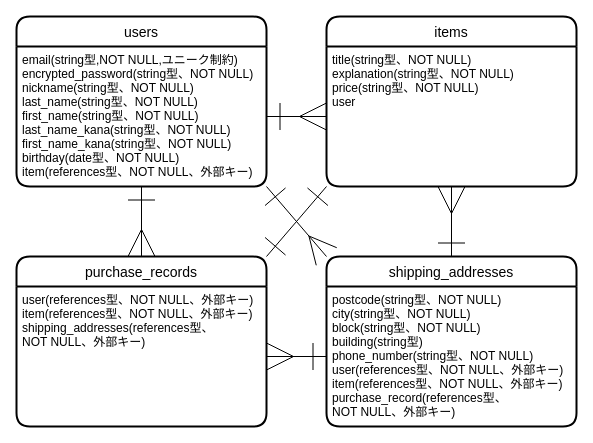
The draw.io diagram er.dio in koiazi100/furima-37982, before the edit. Source tidied: cells renumbered, new cells numbered last; positions are measured from the earlier drawing's top-left corner, leaving out a move shared by most shapes. Both pictures are drawn from the tidied source at 100%, with x=0, y=0 at pixel (16, 16).
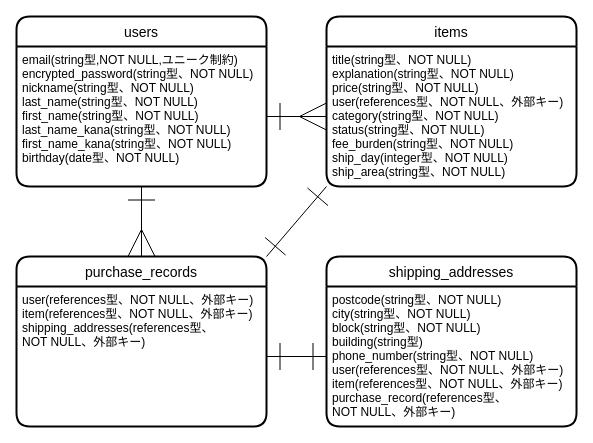
After the change.

Commit message:
READ ME修正２

The edit, as a diff of the source:
```diff
@@
 <mxGraphModel>
   <root>
     <mxCell id="0" />
     <mxCell id="1" parent="0" />
     <mxCell id="2" value="users" style="swimlane;horizontal=1;startSize=30;rounded=1;fontSize=14;fontStyle=0;strokeWidth=2;shadow=0;dashed=0;align=center;" parent="1" vertex="1">
       <mxGeometry width="250" height="170" as="geometry" />
     </mxCell>
-    <mxCell id="3" value="email(string型,NOT NULL,ユニーク制約)&#10;encrypted_password(string型、NOT NULL)&#10;nickname(string型、NOT NULL)&#10;last_name(string型、NOT NULL)&#10;first_name(string型、NOT NULL)&#10;last_name_kana(string型、NOT NULL)&#10;first_name_kana(string型、NOT NULL)&#10;birthday(date型、NOT NULL)&#10;item(references型、NOT NULL、外部キー)" style="align=left;strokeColor=none;fillColor=none;spacingLeft=4;fontSize=12;verticalAlign=top;" parent="2" vertex="1">
+    <mxCell id="3" value="email(string型,NOT NULL,ユニーク制約)&#10;encrypted_password(string型、NOT NULL)&#10;nickname(string型、NOT NULL)&#10;last_name(string型、NOT NULL)&#10;first_name(string型、NOT NULL)&#10;last_name_kana(string型、NOT NULL)&#10;first_name_kana(string型、NOT NULL)&#10;birthday(date型、NOT NULL)&#10;" style="align=left;strokeColor=none;fillColor=none;spacingLeft=4;fontSize=12;verticalAlign=top;" parent="2" vertex="1">
       <mxGeometry y="30" width="250" height="140" as="geometry" />
     </mxCell>
     <mxCell id="4" value="items" style="swimlane;horizontal=1;startSize=30;rounded=1;fontSize=14;fontStyle=0;strokeWidth=2;shadow=0;dashed=0;align=center;" parent="1" vertex="1">
       <mxGeometry x="310" width="250" height="170" as="geometry" />
     </mxCell>
-    <mxCell id="5" value="title(string型、NOT NULL)&#10;explanation(string型、NOT NULL)&#10;price(string型、NOT NULL)&#10;user" style="align=left;strokeColor=none;fillColor=none;spacingLeft=4;fontSize=12;verticalAlign=top;" parent="4" vertex="1">
+    <mxCell id="5" value="title(string型、NOT NULL)&#10;explanation(string型、NOT NULL)&#10;price(string型、NOT NULL)&#10;user(references型、NOT NULL、外部キー)&#10;category(string型、NOT NULL)&#10;status(string型、NOT NULL)&#10;fee_burden(string型、NOT NULL)&#10;ship_day(integer型、NOT NULL)&#10;ship_area(string型、NOT NULL)&#10;&#10;&#10;" style="align=left;strokeColor=none;fillColor=none;spacingLeft=4;fontSize=12;verticalAlign=top;" parent="4" vertex="1">
       <mxGeometry y="30" width="250" height="140" as="geometry" />
     </mxCell>
     <mxCell id="6" style="edgeStyle=none;html=1;entryX=0;entryY=0.5;entryDx=0;entryDy=0;endArrow=ERmany;endFill=0;endSize=25;exitX=1;exitY=0.5;exitDx=0;exitDy=0;startArrow=ERone;startFill=0;startSize=25;" parent="1" edge="1" source="3" target="5">
       <mxGeometry relative="1" as="geometry" />
     </mxCell>
-    <mxCell id="7" style="edgeStyle=none;html=1;exitX=0.5;exitY=0;exitDx=0;exitDy=0;entryX=0.5;entryY=1;entryDx=0;entryDy=0;startArrow=ERone;startFill=0;endArrow=ERmany;endFill=0;startSize=25;endSize=25;" parent="1" edge="1" source="8" target="4">
-      <mxGeometry relative="1" as="geometry" />
-    </mxCell>
     <mxCell id="8" value="shipping_addresses" style="swimlane;horizontal=1;startSize=30;rounded=1;fontSize=14;fontStyle=0;strokeWidth=2;shadow=0;dashed=0;align=center;" parent="1" vertex="1">
       <mxGeometry x="310" y="240" width="250" height="170" as="geometry" />
     </mxCell>
     <mxCell id="9" value="postcode(string型、NOT NULL)&#10;city(string型、NOT NULL)&#10;block(string型、NOT NULL)&#10;building(string型)&#10;phone_number(string型、NOT NULL)&#10;user(references型、NOT NULL、外部キー)&#10;item(references型、NOT NULL、外部キー)&#10;purchase_record(references型、&#10;NOT NULL、外部キー)" style="align=left;strokeColor=none;fillColor=none;spacingLeft=4;fontSize=12;verticalAlign=top;" parent="8" vertex="1">
       <mxGeometry y="30" width="250" height="140" as="geometry" />
     </mxCell>
     <mxCell id="10" value="purchase_records" style="swimlane;horizontal=1;startSize=30;rounded=1;fontSize=14;fontStyle=0;strokeWidth=2;shadow=0;dashed=0;align=center;" parent="1" vertex="1">
       <mxGeometry y="240" width="250" height="170" as="geometry" />
     </mxCell>
     <mxCell id="11" value="user(references型、NOT NULL、外部キー)&#10;item(references型、NOT NULL、外部キー)&#10;shipping_addresses(references型、&#10;NOT NULL、外部キー)" style="align=left;strokeColor=none;fillColor=none;spacingLeft=4;fontSize=12;verticalAlign=top;" parent="10" vertex="1">
       <mxGeometry y="30" width="250" height="140" as="geometry" />
     </mxCell>
     <mxCell id="12" style="edgeStyle=none;html=1;exitX=0.5;exitY=1;exitDx=0;exitDy=0;entryX=0.5;entryY=0;entryDx=0;entryDy=0;startArrow=ERone;startFill=0;endArrow=ERmany;endFill=0;startSize=25;endSize=25;" parent="1" edge="1" source="3" target="10">
       <mxGeometry relative="1" as="geometry" />
     </mxCell>
-    <mxCell id="13" style="edgeStyle=none;html=1;exitX=1;exitY=1;exitDx=0;exitDy=0;entryX=0;entryY=0;entryDx=0;entryDy=0;startArrow=ERone;startFill=0;endArrow=ERmany;endFill=0;startSize=25;endSize=25;" parent="1" edge="1" source="3" target="8">
-      <mxGeometry relative="1" as="geometry" />
-    </mxCell>
-    <mxCell id="14" style="edgeStyle=none;html=1;entryX=1;entryY=0.5;entryDx=0;entryDy=0;startArrow=ERone;startFill=0;endArrow=ERmany;endFill=0;startSize=25;endSize=25;" parent="1" edge="1" source="9" target="11">
+    <mxCell id="14" style="edgeStyle=none;html=1;entryX=1;entryY=0.5;entryDx=0;entryDy=0;startArrow=ERone;startFill=0;endArrow=ERone;endFill=0;startSize=25;endSize=25;" parent="1" edge="1" source="9" target="11">
       <mxGeometry relative="1" as="geometry" />
     </mxCell>
     <mxCell id="15" style="edgeStyle=none;html=1;exitX=0;exitY=1;exitDx=0;exitDy=0;entryX=1;entryY=0;entryDx=0;entryDy=0;startArrow=ERone;startFill=0;endArrow=ERone;endFill=0;startSize=25;endSize=25;" parent="1" edge="1" source="5" target="10">
       <mxGeometry relative="1" as="geometry" />
     </mxCell>
   </root>
 </mxGraphModel>
```
